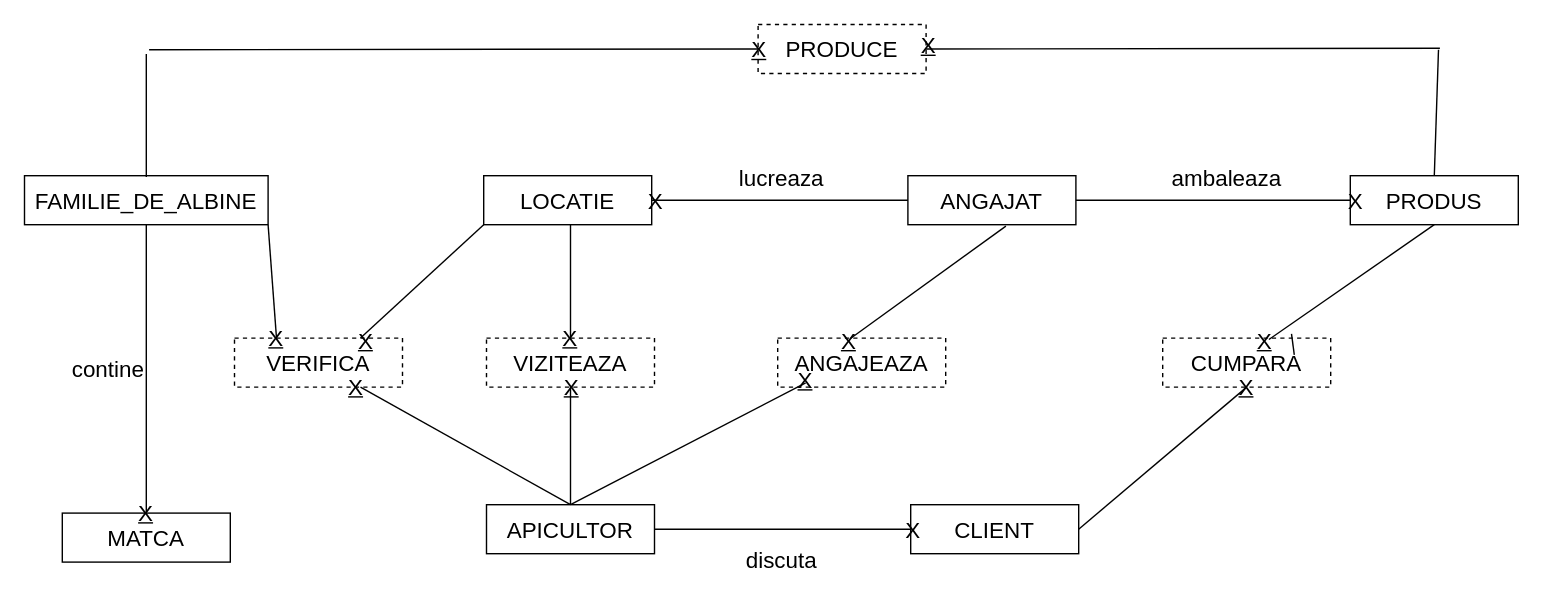
Before: page "Pagina-2" (2 of 2) of Diagramă fără titlu.drawio in Matoka26/DataBase-Stupina, a draw.io diagram. Source tidied: cells renumbered, new cells numbered last; positions are measured from the earlier drawing's top-left corner, leaving out a move shared by most shapes. Both pictures are drawn from the tidied source at 140%, with x=0, y=0 at pixel (24, 24).
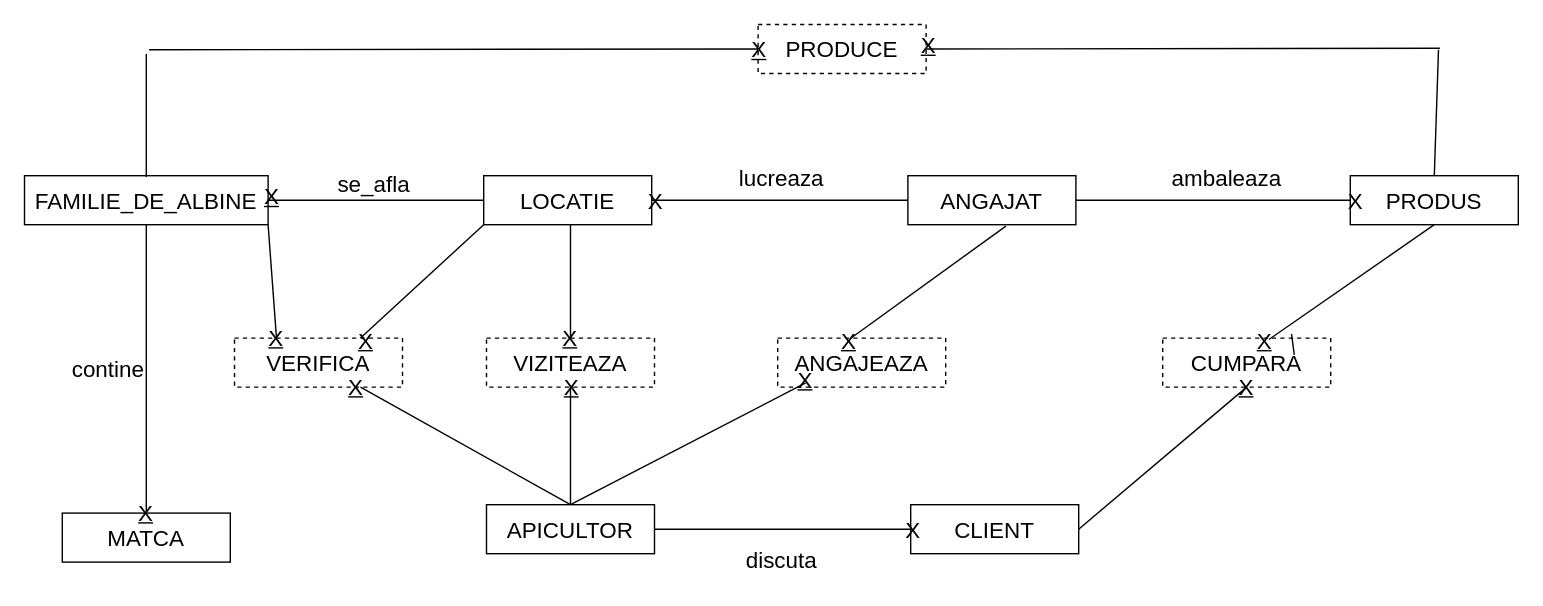
The same diagram, later.

The change refers to these unchanged cells:
```xml
<mxCell id="5" value="FAMILIE_DE_ALBINE" style="rounded=0;whiteSpace=wrap;html=1;fontSize=16;" parent="1" vertex="1">
  <mxGeometry y="108" width="174" height="35" as="geometry" />
</mxCell>
<mxCell id="7" value="LOCATIE" style="rounded=0;whiteSpace=wrap;html=1;fontSize=16;" parent="1" vertex="1">
  <mxGeometry x="328" y="108" width="120" height="35" as="geometry" />
</mxCell>
```

The edit, as a diff of the source:
```diff
@@
+    <mxCell id="51" style="endArrow=none;html=1;rounded=0;fontSize=12;startSize=8;endSize=8;curved=1;exitX=1;exitY=0.5;exitDx=0;exitDy=0;entryX=0;entryY=0.5;entryDx=0;entryDy=0;" parent="1" edge="1" source="5" target="7">
+      <mxGeometry relative="1" as="geometry" />
+    </mxCell>
+    <mxCell id="52" style="shape=table;startSize=0;childLayout=tableLayout;rowLines=0;fontStyle=0;align=center;strokeColor=none;fillColor=none;whiteSpace=wrap;html=1;fontSize=16;" parent="1" vertex="1">
+      <mxGeometry x="186" y="98" width="180" height="30" as="geometry" />
+    </mxCell>
+    <mxCell id="53" style="shape=tableRow;horizontal=0;startSize=0;swimlaneHead=0;swimlaneBody=0;fillColor=none;top=0;left=0;right=0;bottom=0;fontSize=16;" parent="52" vertex="1">
+      <mxGeometry width="180" height="30" as="geometry" />
+    </mxCell>
+    <mxCell id="54" style="shape=partialRectangle;fillColor=none;top=0;left=0;bottom=0;right=0;overflow=hidden;fontSize=16;" parent="53" vertex="1">
+      <mxGeometry width="30" height="30" as="geometry" />
+    </mxCell>
+    <mxCell id="55" value="se_afla" style="shape=partialRectangle;fillColor=none;top=0;left=0;bottom=0;right=0;align=left;spacingLeft=6;overflow=hidden;fontSize=16;" parent="53" vertex="1">
+      <mxGeometry x="30" width="150" height="30" as="geometry" />
+    </mxCell>
+    <mxCell id="56" value="&lt;u&gt;X&lt;/u&gt;" style="text;html=1;strokeColor=none;fillColor=none;align=center;verticalAlign=middle;whiteSpace=wrap;rounded=0;fontSize=16;" parent="1" vertex="1">
+      <mxGeometry x="147" y="108" width="60" height="30" as="geometry" />
+    </mxCell>
```
